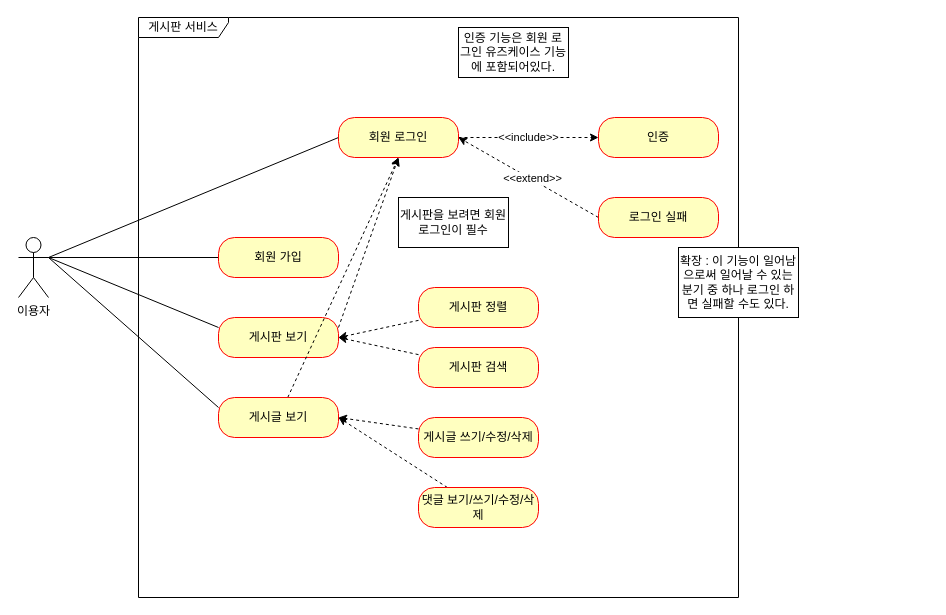
This is document/제목 없는 다이어그램.drawio from jungminji0215/board, a draw.io file, before an edit. Source tidied: cells renumbered, new cells numbered last; positions are measured from the earlier drawing's top-left corner, leaving out a move shared by most shapes. Both pictures are drawn from the tidied source at 100%, with x=0, y=0 at pixel (18, 17).
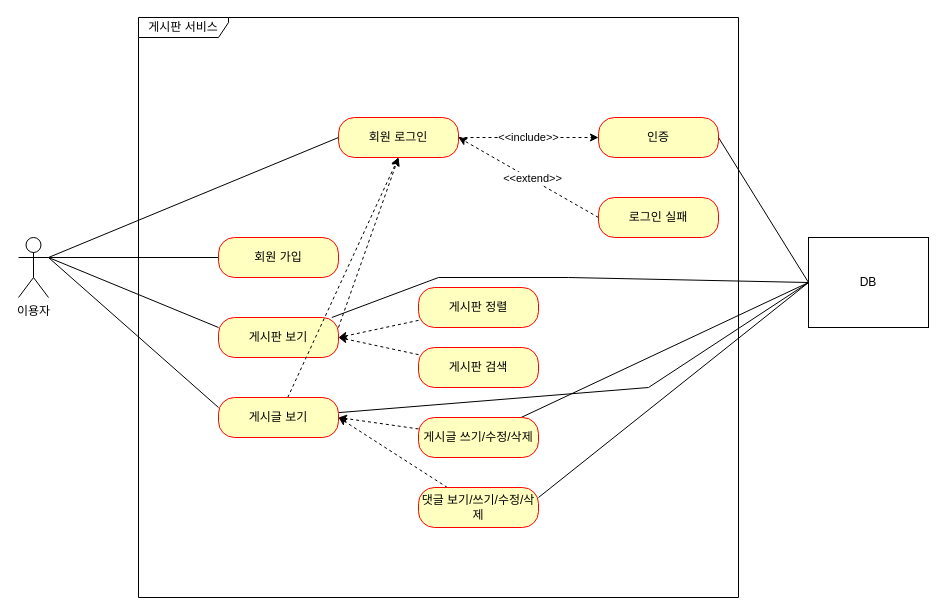
Above is the later version.

Commit message:
제목 없는 다이어그램.drawio 업데이트

Unchanged cells that the change refers to:
```xml
<mxCell id="8" value="게시판 보기" style="rounded=1;whiteSpace=wrap;html=1;arcSize=40;fontColor=#000000;fillColor=#ffffc0;strokeColor=#ff0000;" parent="1" vertex="1">
  <mxGeometry x="200" y="300" width="120" height="40" as="geometry" />
</mxCell>
<mxCell id="11" value="게시글 보기" style="rounded=1;whiteSpace=wrap;html=1;arcSize=40;fontColor=#000000;fillColor=#ffffc0;strokeColor=#ff0000;" parent="1" vertex="1">
  <mxGeometry x="200" y="380" width="120" height="40" as="geometry" />
</mxCell>
<mxCell id="15" value="인증" style="rounded=1;whiteSpace=wrap;html=1;arcSize=40;fontColor=#000000;fillColor=#ffffc0;strokeColor=#ff0000;" parent="1" vertex="1">
  <mxGeometry x="580" y="100" width="120" height="40" as="geometry" />
</mxCell>
<mxCell id="25" value="게시글 쓰기/수정/삭제" style="rounded=1;whiteSpace=wrap;html=1;arcSize=40;fontColor=#000000;fillColor=#ffffc0;strokeColor=#ff0000;" parent="1" vertex="1">
  <mxGeometry x="400" y="400" width="120" height="40" as="geometry" />
</mxCell>
<mxCell id="27" value="댓글 보기/쓰기/수정/삭제" style="rounded=1;whiteSpace=wrap;html=1;arcSize=40;fontColor=#000000;fillColor=#ffffc0;strokeColor=#ff0000;" parent="1" vertex="1">
  <mxGeometry x="400" y="470" width="120" height="40" as="geometry" />
</mxCell>
```

The edit, as a diff of the source:
```diff
@@
+    <mxCell id="31" style="rounded=0;jettySize=auto;html=1;entryX=0;entryY=0.5;entryDx=0;entryDy=0;endArrow=none;endFill=0;" parent="1" edge="1" source="8" target="36">
+      <mxGeometry relative="1" as="geometry">
+        <Array as="points">
+          <mxPoint x="420" y="260" />
+          <mxPoint x="550" y="260" />
+        </Array>
+      </mxGeometry>
+    </mxCell>
@@
+    <mxCell id="32" style="rounded=0;jettySize=auto;html=1;entryX=0;entryY=0.5;entryDx=0;entryDy=0;endArrow=none;endFill=0;" parent="1" edge="1" source="11" target="36">
+      <mxGeometry relative="1" as="geometry">
+        <Array as="points">
+          <mxPoint x="630" y="370" />
+        </Array>
+      </mxGeometry>
+    </mxCell>
@@
+    <mxCell id="33" style="rounded=0;jettySize=auto;html=1;entryX=0;entryY=0.5;entryDx=0;entryDy=0;exitX=1;exitY=0.5;exitDx=0;exitDy=0;endArrow=none;endFill=0;" parent="1" edge="1" source="15" target="36">
+      <mxGeometry relative="1" as="geometry" />
+    </mxCell>
@@
+    <mxCell id="34" style="rounded=0;jettySize=auto;html=1;entryX=0;entryY=0.5;entryDx=0;entryDy=0;endArrow=none;endFill=0;" parent="1" edge="1" source="25" target="36">
+      <mxGeometry relative="1" as="geometry" />
+    </mxCell>
@@
+    <mxCell id="35" style="rounded=0;jettySize=auto;html=1;entryX=0;entryY=0.5;entryDx=0;entryDy=0;exitX=1;exitY=0.25;exitDx=0;exitDy=0;endArrow=none;endFill=0;" parent="1" edge="1" source="27" target="36">
+      <mxGeometry relative="1" as="geometry" />
+    </mxCell>
@@
-    <mxCell id="28" value="인증 기능은 회원 로그인 유즈케이스 기능에 포함되어있다." style="html=1;whiteSpace=wrap;" parent="1" vertex="1">
-      <mxGeometry x="440" y="10" width="110" height="50" as="geometry" />
-    </mxCell>
-    <mxCell id="29" value="확장 : 이 기능이 일어남으로써 일어날 수 있는 분기 중 하나 로그인 하면 실패할 수도 있다." style="html=1;whiteSpace=wrap;" parent="1" vertex="1">
-      <mxGeometry x="660" y="230" width="120" height="70" as="geometry" />
-    </mxCell>
-    <mxCell id="30" value="게시판을 보려면 회원 로그인이 필수" style="html=1;whiteSpace=wrap;" parent="1" vertex="1">
-      <mxGeometry x="380" y="180" width="110" height="50" as="geometry" />
-    </mxCell>
+    <mxCell id="36" value="DB" style="html=1;whiteSpace=wrap;" parent="1" vertex="1">
+      <mxGeometry x="790" y="220" width="120" height="90" as="geometry" />
+    </mxCell>
```
